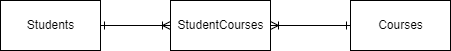
This is rules/relational-database-design/studentcourseserd.png from SSWConsulting/SSW.Rules.Content, a draw.io export, as it was before one commit. Source tidied: cells renumbered, new cells last; positions are measured from the earlier drawing's top-left corner, leaving out a move shared by most shapes.
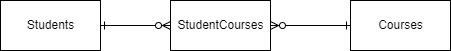
Later version of the same file.

What changed in the source:
```diff
@@ -2,13 +2,13 @@
   <root>
     <mxCell id="0" />
     <mxCell id="1" parent="0" />
-    <mxCell id="2" style="edgeStyle=none;html=1;endArrow=ERoneToMany;endFill=0;startArrow=ERone;startFill=0;" parent="1" edge="1" source="3" target="6">
+    <mxCell id="2" style="edgeStyle=none;html=1;endArrow=ERzeroToMany;endFill=0;startArrow=ERone;startFill=0;" parent="1" edge="1" source="3" target="6">
       <mxGeometry relative="1" as="geometry" />
     </mxCell>
     <mxCell id="3" value="Students" style="html=1;dashed=0;whitespace=wrap;" parent="1" vertex="1">
       <mxGeometry width="100" height="50" as="geometry" />
     </mxCell>
-    <mxCell id="4" style="edgeStyle=none;html=1;endArrow=ERoneToMany;endFill=0;startArrow=ERone;startFill=0;" parent="1" edge="1" source="5" target="6">
+    <mxCell id="4" style="edgeStyle=none;html=1;endArrow=ERzeroToMany;endFill=0;startArrow=ERone;startFill=0;" parent="1" edge="1" source="5" target="6">
       <mxGeometry relative="1" as="geometry" />
     </mxCell>
     <mxCell id="5" value="Courses" style="html=1;dashed=0;whitespace=wrap;" parent="1" vertex="1">
```
